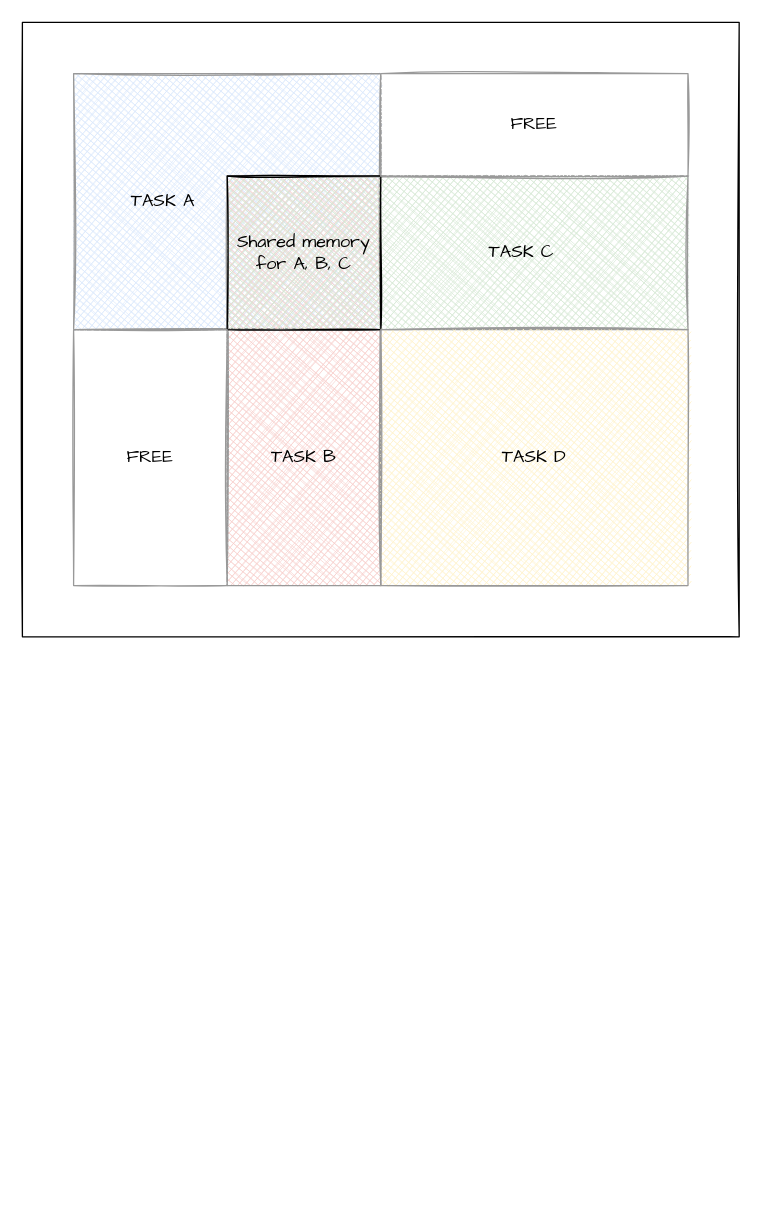
The draw.io diagram page "Communication-Models" (10 of 20) of assets/OS.drawio in braboj/tutorial-os, before the edit. Source tidied: cells renumbered, new cells numbered last; positions are measured from the earlier drawing's top-left corner, leaving out a move shared by most shapes. Both pictures are drawn from the tidied source at 128%, with x=0, y=0 at pixel (22, 22).
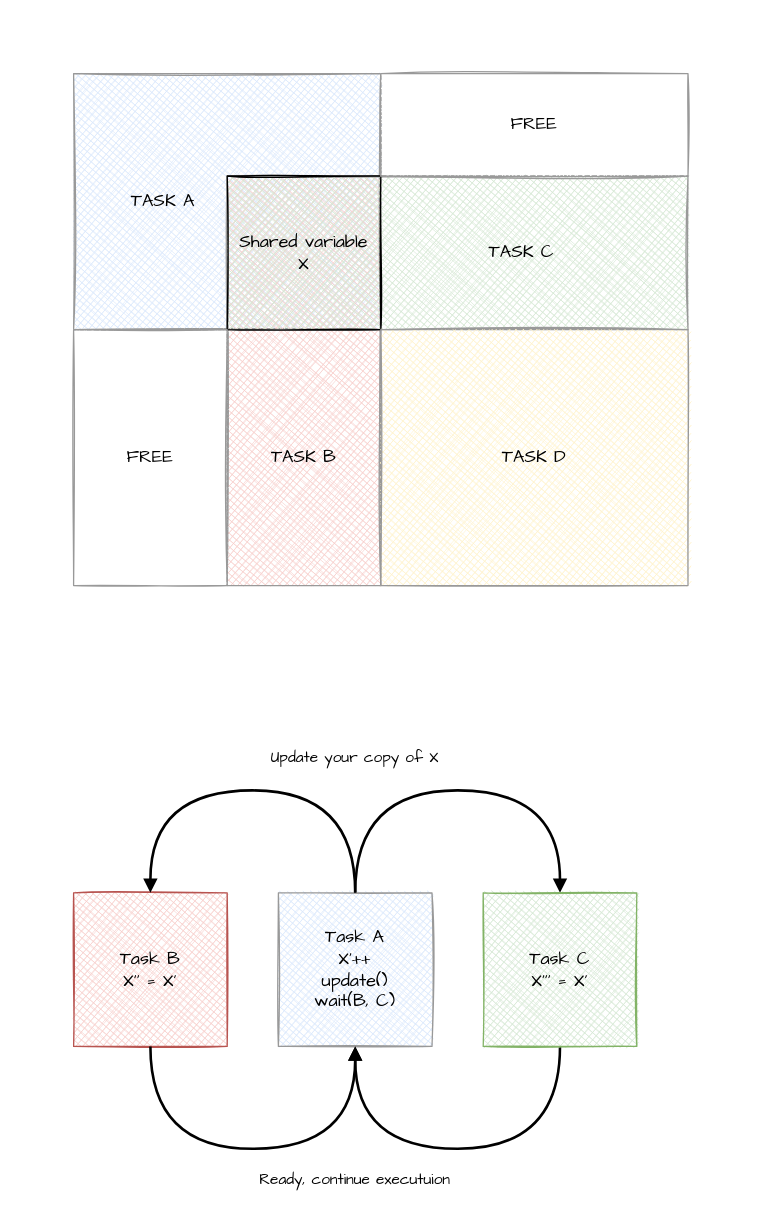
The same page after the edit.

Diff of the diagram source:
```diff
@@
-<mxGraphModel>
+<mxGraphModel background="#ffffff">
@@
-    <mxCell id="2" style="rounded=0;whiteSpace=wrap;html=1;shadow=0;sketch=1;fillStyle=auto;fontFamily=Comic Sans MS;fontSize=14;fontColor=#000000;strokeColor=#000000;strokeWidth=1;fillColor=default;gradientColor=none;" parent="1" vertex="1">
-      <mxGeometry width="560" height="480" as="geometry" />
-    </mxCell>
@@
-    <mxCell id="6" value="Shared memory&lt;br&gt;for A, B, C" style="rounded=0;whiteSpace=wrap;html=1;shadow=0;sketch=1;fillStyle=cross-hatch;fontFamily=Comic Sans MS;fontSize=14;strokeWidth=1;fillColor=none;" parent="1" vertex="1">
+    <mxCell id="6" value="Shared variable &lt;br&gt;X" style="rounded=0;whiteSpace=wrap;html=1;shadow=0;sketch=1;fillStyle=cross-hatch;fontFamily=Comic Sans MS;fontSize=14;strokeWidth=1;fillColor=none;" parent="1" vertex="1">
       <mxGeometry x="160" y="120" width="120" height="120" as="geometry" />
     </mxCell>
@@
+    <mxCell id="16" style="edgeStyle=orthogonalEdgeStyle;curved=1;rounded=0;jettySize=auto;html=1;entryX=0.5;entryY=0;entryDx=0;entryDy=0;fontFamily=Comic Sans MS;fontSize=12;fontColor=#000000;startArrow=none;startFill=0;endArrow=block;endFill=1;strokeColor=#000000;strokeWidth=2;elbow=vertical;exitX=0.5;exitY=0;exitDx=0;exitDy=0;" parent="1" edge="1" source="17" target="19">
+      <mxGeometry relative="1" as="geometry">
+        <Array as="points">
+          <mxPoint x="260" y="600" />
+          <mxPoint x="420" y="600" />
+        </Array>
+      </mxGeometry>
+    </mxCell>
+    <mxCell id="17" value="Task A&lt;br&gt;X'++&lt;br&gt;update()&lt;br&gt;wait(B, C)" style="rounded=0;whiteSpace=wrap;html=1;shadow=0;sketch=1;fillStyle=cross-hatch;fontFamily=Comic Sans MS;fontSize=14;strokeWidth=1;fillColor=#dae8fc;strokeColor=#999999;" parent="1" vertex="1">
+      <mxGeometry x="200" y="680" width="120" height="120" as="geometry" />
+    </mxCell>
+    <mxCell id="18" style="edgeStyle=orthogonalEdgeStyle;curved=1;rounded=0;jettySize=auto;html=1;entryX=0.5;entryY=1;entryDx=0;entryDy=0;fontFamily=Comic Sans MS;fontSize=12;fontColor=#000000;startArrow=none;startFill=0;endArrow=block;endFill=1;strokeColor=#000000;strokeWidth=2;elbow=vertical;exitX=0.5;exitY=1;exitDx=0;exitDy=0;" parent="1" edge="1" source="19" target="17">
+      <mxGeometry relative="1" as="geometry">
+        <Array as="points">
+          <mxPoint x="420" y="880" />
+          <mxPoint x="260" y="880" />
+        </Array>
+      </mxGeometry>
+    </mxCell>
+    <mxCell id="19" value="Task C&lt;br&gt;X''' = X'" style="rounded=0;whiteSpace=wrap;html=1;shadow=0;sketch=1;fillStyle=cross-hatch;fontFamily=Comic Sans MS;fontSize=14;strokeWidth=1;fillColor=#d5e8d4;strokeColor=#82b366;" parent="1" vertex="1">
+      <mxGeometry x="360" y="680" width="120" height="120" as="geometry" />
+    </mxCell>
+    <mxCell id="20" value="Task B&lt;br&gt;X'' = X'" style="rounded=0;whiteSpace=wrap;html=1;shadow=0;sketch=1;fillStyle=cross-hatch;fontFamily=Comic Sans MS;fontSize=14;strokeWidth=1;fillColor=#f8cecc;strokeColor=#b85450;" parent="1" vertex="1">
+      <mxGeometry x="40" y="680" width="120" height="120" as="geometry" />
+    </mxCell>
+    <mxCell id="21" value="Update your copy of X" style="text;html=1;strokeColor=none;fillColor=none;align=center;verticalAlign=middle;whiteSpace=wrap;rounded=0;shadow=0;sketch=0;fillStyle=cross-hatch;fontFamily=Comic Sans MS;fontSize=12;fontColor=#000000;" parent="1" vertex="1">
+      <mxGeometry x="170" y="560" width="180" height="30" as="geometry" />
+    </mxCell>
+    <mxCell id="22" value="Ready, continue executuion" style="text;html=1;strokeColor=none;fillColor=none;align=center;verticalAlign=middle;whiteSpace=wrap;rounded=0;shadow=0;sketch=0;fillStyle=cross-hatch;fontFamily=Comic Sans MS;fontSize=12;fontColor=#000000;" parent="1" vertex="1">
+      <mxGeometry x="170" y="890" width="180" height="30" as="geometry" />
+    </mxCell>
+    <mxCell id="23" style="edgeStyle=orthogonalEdgeStyle;curved=1;rounded=0;orthogonalLoop=1;jettySize=auto;html=1;entryX=0.5;entryY=1;entryDx=0;entryDy=0;fontFamily=Comic Sans MS;fontSize=12;fontColor=#000000;startArrow=block;startFill=1;endArrow=none;endFill=0;strokeColor=#000000;strokeWidth=2;elbow=vertical;exitX=0.5;exitY=1;exitDx=0;exitDy=0;" parent="1" edge="1">
+      <mxGeometry relative="1" as="geometry">
+        <mxPoint x="260" y="800" as="sourcePoint" />
+        <mxPoint x="100" y="800" as="targetPoint" />
+        <Array as="points">
+          <mxPoint x="260" y="880" />
+          <mxPoint x="100" y="880" />
+        </Array>
+      </mxGeometry>
+    </mxCell>
+    <mxCell id="24" style="edgeStyle=orthogonalEdgeStyle;curved=1;rounded=0;orthogonalLoop=1;jettySize=auto;html=1;entryX=0.5;entryY=0;entryDx=0;entryDy=0;fontFamily=Comic Sans MS;fontSize=12;fontColor=#000000;startArrow=block;startFill=1;endArrow=none;endFill=0;strokeColor=#000000;strokeWidth=2;elbow=vertical;exitX=0.5;exitY=0;exitDx=0;exitDy=0;" parent="1" edge="1">
+      <mxGeometry relative="1" as="geometry">
+        <mxPoint x="100" y="680" as="sourcePoint" />
+        <mxPoint x="260" y="680" as="targetPoint" />
+        <Array as="points">
+          <mxPoint x="100" y="600" />
+          <mxPoint x="260" y="600" />
+        </Array>
+      </mxGeometry>
+    </mxCell>
```
